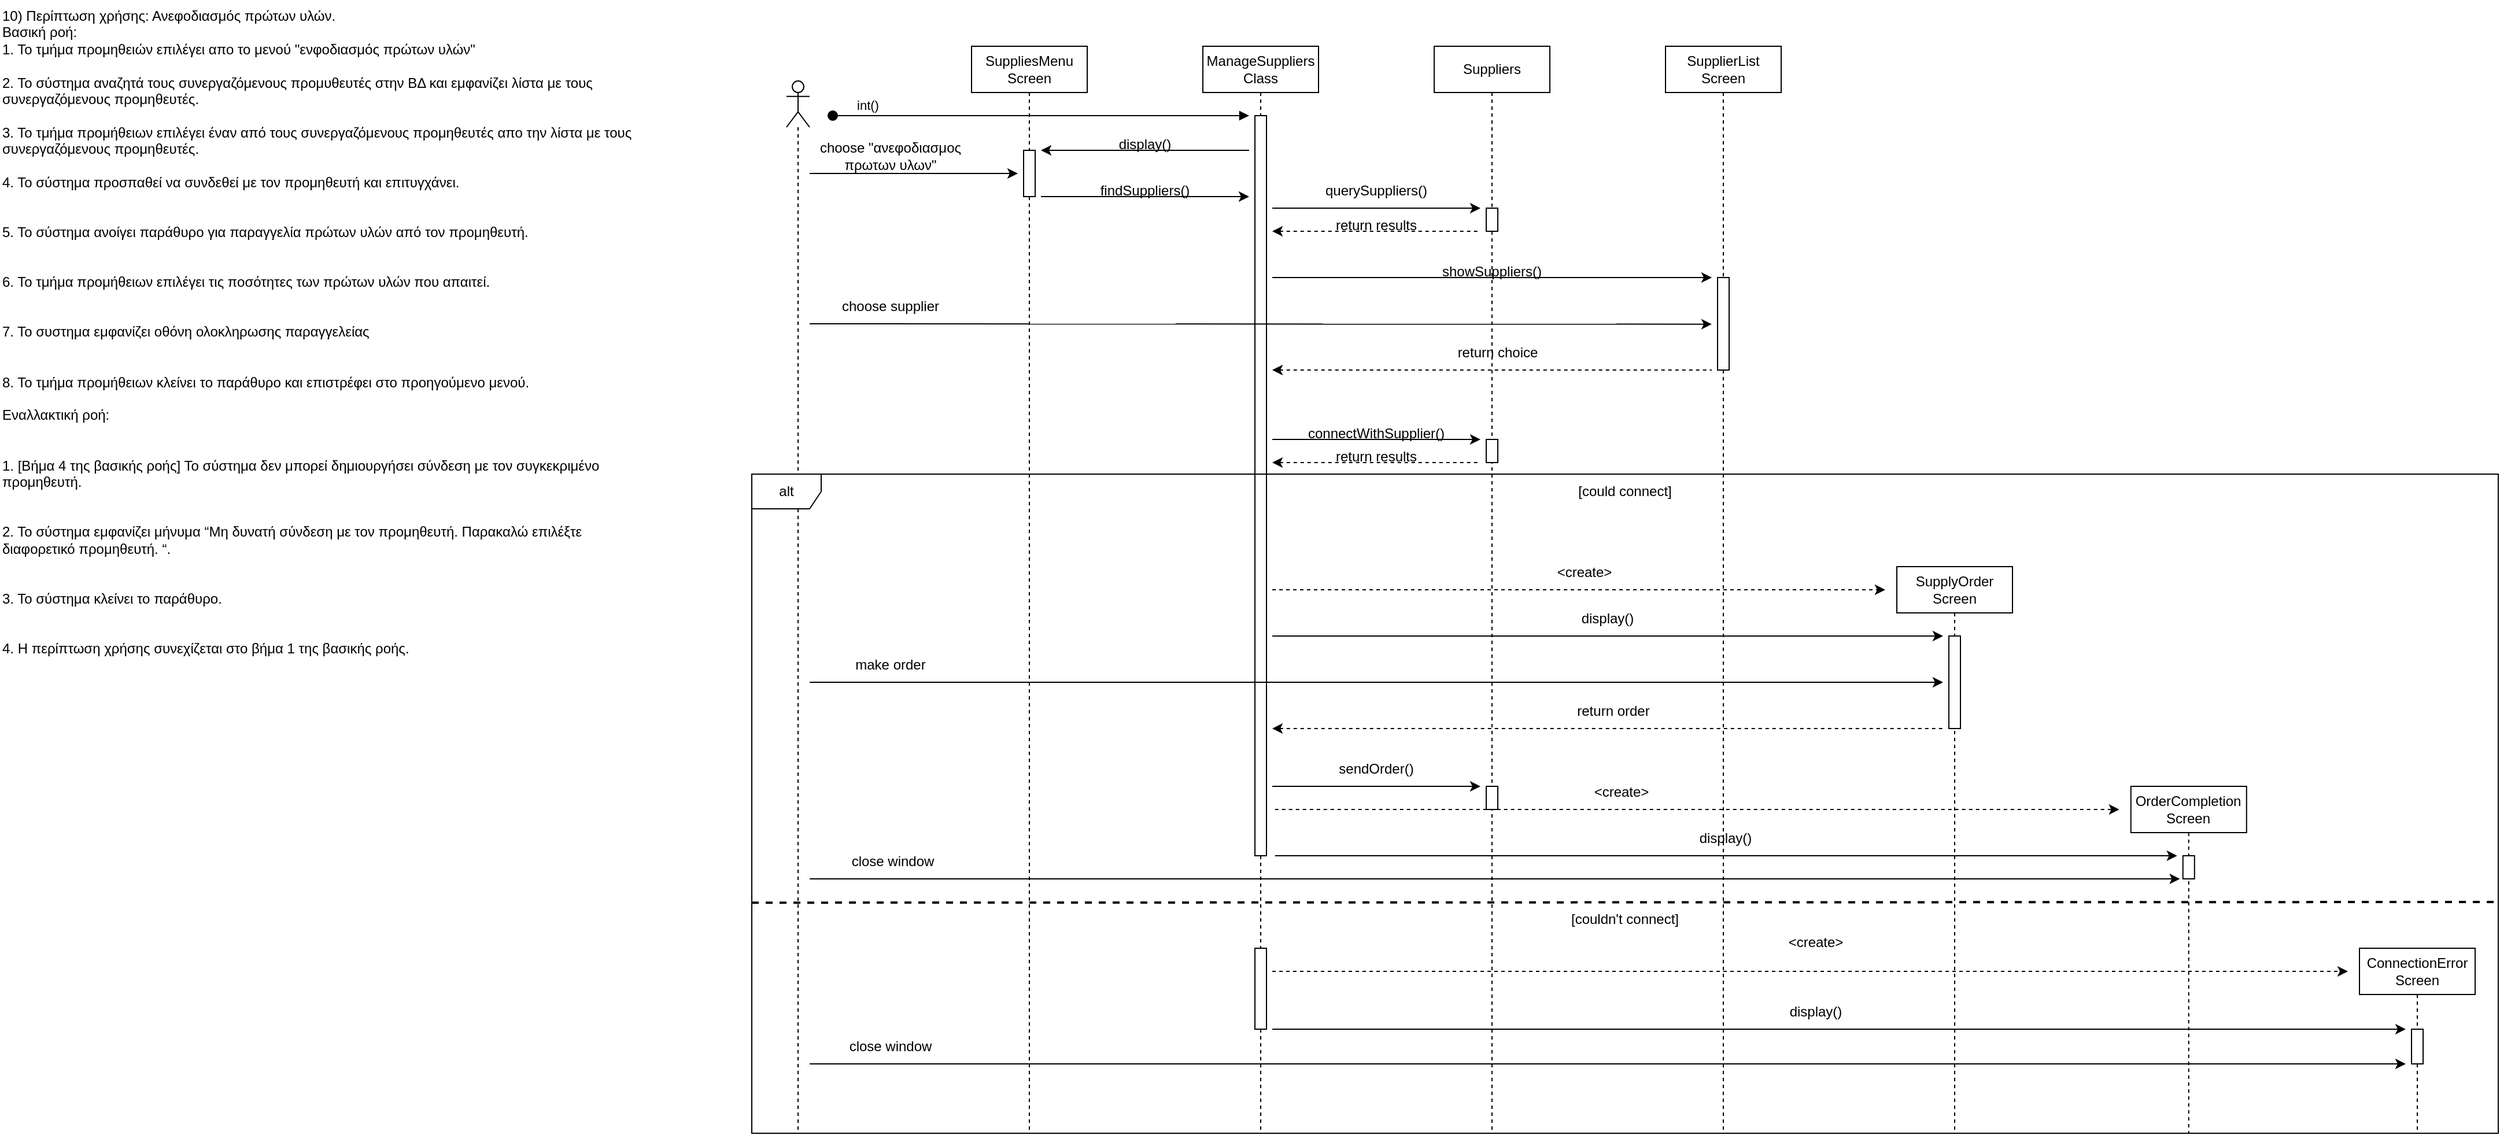
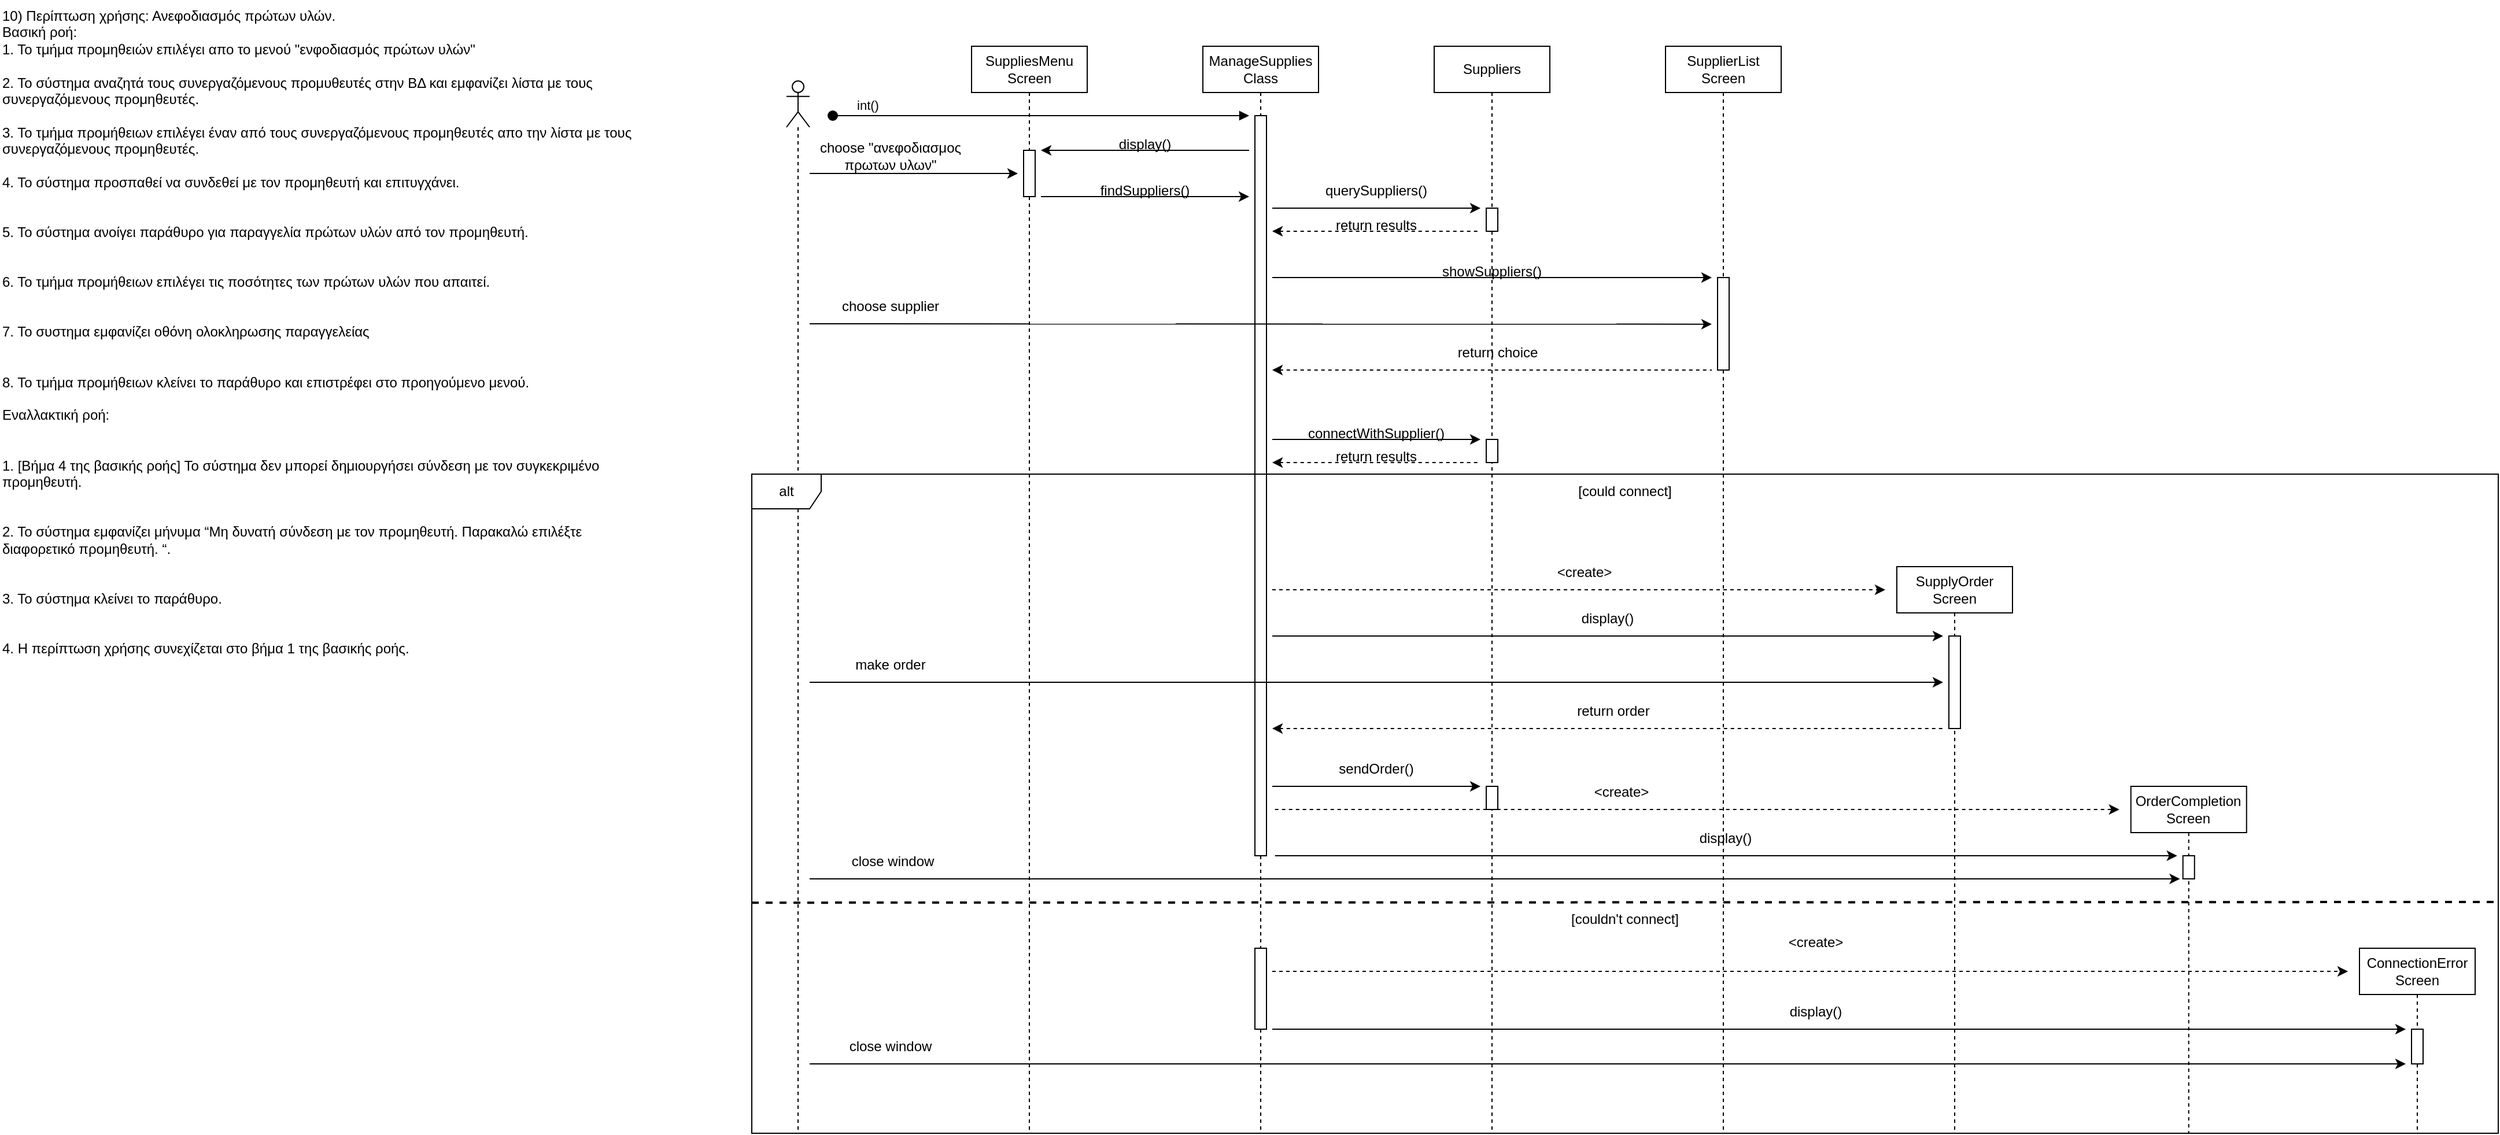
<mxfile host="Electron">
  <diagram name="Page-1" id="ynugujZIawzogecmN2KF">
-     <mxGraphModel dx="1515" dy="191" grid="1" gridSize="10" guides="1" tooltips="1" connect="1" arrows="1" fold="1" page="1" pageScale="1" pageWidth="850" pageHeight="1100" math="0" shadow="0">
+     <mxGraphModel dx="2735" dy="1177" grid="1" gridSize="10" guides="1" tooltips="1" connect="1" arrows="1" fold="1" page="1" pageScale="1" pageWidth="850" pageHeight="1100" math="0" shadow="0">
      <root>
        <mxCell id="0" />
        <mxCell id="1" parent="0" />
        <mxCell id="HVNQHJheMAaKemnErGm2-1" parent="1" style="text;whiteSpace=wrap;fontStyle=0" value="10) Περίπτωση χρήσης: Ανεφοδιασμός πρώτων υλών.&#xa;Βασική ροή:&#xa;1.  Το τμήμα προμηθειών επιλέγει απο το μενού &quot;ενφοδιασμός πρώτων υλών&quot;&#xa;&#xa;2.    Το σύστημα αναζητά τους συνεργαζόμενους προμυθευτές στην ΒΔ και εμφανίζει λίστα με τους συνεργαζόμενους προμηθευτές.&#xa;&#xa;3.    Το τμήμα προμήθειων επιλέγει έναν από τους συνεργαζόμενους προμηθευτές απο την λίστα με τους συνεργαζόμενους προμηθευτές.&#xa;&#xa;4.  Το σύστημα προσπαθεί να συνδεθεί με τον προμηθευτή και επιτυγχάνει.&#xa;&#xa;&#xa;5.    Το σύστημα ανοίγει παράθυρο για παραγγελία πρώτων υλών από τον προμηθευτή.&#xa;&#xa;&#xa;6.    Το τμήμα προμήθειων επιλέγει τις ποσότητες των πρώτων υλών που απαιτεί.&#xa;&#xa;&#xa;7.  Το συστημα εμφανίζει οθόνη ολοκληρωσης παραγγελείας&#xa;&#xa;&#xa;8.    Το τμήμα προμήθειων κλείνει το παράθυρο και επιστρέφει στο προηγούμενο μενού.&#xa;&#xa;Εναλλακτική ροή:&#xa;&#xa;&#xa;1.    [Βήμα 4 της βασικής ροής] Το σύστημα δεν μπορεί δημιουργήσει σύνδεση με τον συγκεκριμένο προμηθευτή.&#xa;&#xa;&#xa;2.    Το σύστημα εμφανίζει μήνυμα “Μη δυνατή σύνδεση με τον προμηθευτή. Παρακαλώ επιλέξτε διαφορετικό προμηθευτή. “.&#xa;&#xa;&#xa;3.    Το σύστημα κλείνει το παράθυρο.&#xa;&#xa;&#xa;4.    Η περίπτωση χρήσης συνεχίζεται στο βήμα 1 της βασικής ροής." vertex="1">
          <mxGeometry height="580" width="560" x="-850" as="geometry" />
        </mxCell>
        <mxCell id="HVNQHJheMAaKemnErGm2-3" parent="1" style="shape=umlLifeline;perimeter=lifelinePerimeter;whiteSpace=wrap;html=1;container=1;dropTarget=0;collapsible=0;recursiveResize=0;outlineConnect=0;portConstraint=eastwest;newEdgeStyle={&quot;curved&quot;:0,&quot;rounded&quot;:0};participant=umlActor;" value="" vertex="1">
          <mxGeometry height="910" width="20" x="-170" y="70" as="geometry" />
        </mxCell>
        <mxCell id="HVNQHJheMAaKemnErGm2-4" parent="1" style="shape=umlLifeline;perimeter=lifelinePerimeter;whiteSpace=wrap;html=1;container=1;dropTarget=0;collapsible=0;recursiveResize=0;outlineConnect=0;portConstraint=eastwest;newEdgeStyle={&quot;curved&quot;:0,&quot;rounded&quot;:0};" value="SuppliesMenu Screen" vertex="1">
          <mxGeometry height="940" width="100" x="-10" y="40" as="geometry" />
        </mxCell>
        <mxCell id="HVNQHJheMAaKemnErGm2-12" parent="HVNQHJheMAaKemnErGm2-4" style="html=1;points=[[0,0,0,0,5],[0,1,0,0,-5],[1,0,0,0,5],[1,1,0,0,-5]];perimeter=orthogonalPerimeter;outlineConnect=0;targetShapes=umlLifeline;portConstraint=eastwest;newEdgeStyle={&quot;curved&quot;:0,&quot;rounded&quot;:0};" value="" vertex="1">
          <mxGeometry height="40" width="10" x="45" y="90" as="geometry" />
        </mxCell>
        <mxCell id="HVNQHJheMAaKemnErGm2-5" parent="1" style="shape=umlLifeline;perimeter=lifelinePerimeter;whiteSpace=wrap;html=1;container=1;dropTarget=0;collapsible=0;recursiveResize=0;outlineConnect=0;portConstraint=eastwest;newEdgeStyle={&quot;curved&quot;:0,&quot;rounded&quot;:0};" value="Suppliers" vertex="1">
          <mxGeometry height="940" width="100" x="390" y="40" as="geometry" />
        </mxCell>
        <mxCell id="HVNQHJheMAaKemnErGm2-21" parent="HVNQHJheMAaKemnErGm2-5" style="html=1;points=[[0,0,0,0,5],[0,1,0,0,-5],[1,0,0,0,5],[1,1,0,0,-5]];perimeter=orthogonalPerimeter;outlineConnect=0;targetShapes=umlLifeline;portConstraint=eastwest;newEdgeStyle={&quot;curved&quot;:0,&quot;rounded&quot;:0};" value="" vertex="1">
          <mxGeometry height="20" width="10" x="45" y="140" as="geometry" />
        </mxCell>
        <mxCell id="HVNQHJheMAaKemnErGm2-33" parent="HVNQHJheMAaKemnErGm2-5" style="html=1;points=[[0,0,0,0,5],[0,1,0,0,-5],[1,0,0,0,5],[1,1,0,0,-5]];perimeter=orthogonalPerimeter;outlineConnect=0;targetShapes=umlLifeline;portConstraint=eastwest;newEdgeStyle={&quot;curved&quot;:0,&quot;rounded&quot;:0};" value="" vertex="1">
          <mxGeometry height="20" width="10" x="45" y="340" as="geometry" />
        </mxCell>
        <mxCell id="HVNQHJheMAaKemnErGm2-68" edge="1" parent="HVNQHJheMAaKemnErGm2-5" style="edgeStyle=none;orthogonalLoop=1;jettySize=auto;html=1;rounded=0;" value="">
          <mxGeometry relative="1" width="100" as="geometry">
            <Array as="points" />
            <mxPoint x="-140" y="640" as="sourcePoint" />
            <mxPoint x="40" y="640" as="targetPoint" />
          </mxGeometry>
        </mxCell>
        <mxCell id="HVNQHJheMAaKemnErGm2-67" parent="HVNQHJheMAaKemnErGm2-5" style="html=1;points=[[0,0,0,0,5],[0,1,0,0,-5],[1,0,0,0,5],[1,1,0,0,-5]];perimeter=orthogonalPerimeter;outlineConnect=0;targetShapes=umlLifeline;portConstraint=eastwest;newEdgeStyle={&quot;curved&quot;:0,&quot;rounded&quot;:0};" value="" vertex="1">
          <mxGeometry height="20" width="10" x="45" y="640" as="geometry" />
        </mxCell>
        <mxCell id="HVNQHJheMAaKemnErGm2-6" parent="1" style="shape=umlLifeline;perimeter=lifelinePerimeter;whiteSpace=wrap;html=1;container=1;dropTarget=0;collapsible=0;recursiveResize=0;outlineConnect=0;portConstraint=eastwest;newEdgeStyle={&quot;curved&quot;:0,&quot;rounded&quot;:0};" value="SupplyOrder Screen" vertex="1">
          <mxGeometry height="490" width="100" x="790" y="490" as="geometry" />
        </mxCell>
        <mxCell id="HVNQHJheMAaKemnErGm2-40" parent="HVNQHJheMAaKemnErGm2-6" style="html=1;points=[[0,0,0,0,5],[0,1,0,0,-5],[1,0,0,0,5],[1,1,0,0,-5]];perimeter=orthogonalPerimeter;outlineConnect=0;targetShapes=umlLifeline;portConstraint=eastwest;newEdgeStyle={&quot;curved&quot;:0,&quot;rounded&quot;:0};" value="" vertex="1">
          <mxGeometry height="80" width="10" x="45" y="60" as="geometry" />
        </mxCell>
        <mxCell id="HVNQHJheMAaKemnErGm2-7" parent="1" style="shape=umlLifeline;perimeter=lifelinePerimeter;whiteSpace=wrap;html=1;container=1;dropTarget=0;collapsible=0;recursiveResize=0;outlineConnect=0;portConstraint=eastwest;newEdgeStyle={&quot;curved&quot;:0,&quot;rounded&quot;:0};" value="SupplierList Screen" vertex="1">
          <mxGeometry height="940" width="100" x="590" y="40" as="geometry" />
        </mxCell>
        <mxCell id="HVNQHJheMAaKemnErGm2-25" parent="HVNQHJheMAaKemnErGm2-7" style="html=1;points=[[0,0,0,0,5],[0,1,0,0,-5],[1,0,0,0,5],[1,1,0,0,-5]];perimeter=orthogonalPerimeter;outlineConnect=0;targetShapes=umlLifeline;portConstraint=eastwest;newEdgeStyle={&quot;curved&quot;:0,&quot;rounded&quot;:0};" value="" vertex="1">
          <mxGeometry height="80" width="10" x="45" y="200" as="geometry" />
        </mxCell>
        <mxCell id="HVNQHJheMAaKemnErGm2-8" parent="1" style="shape=umlLifeline;perimeter=lifelinePerimeter;whiteSpace=wrap;html=1;container=1;dropTarget=0;collapsible=0;recursiveResize=0;outlineConnect=0;portConstraint=eastwest;newEdgeStyle={&quot;curved&quot;:0,&quot;rounded&quot;:0};" value="OrderCompletion Screen" vertex="1">
          <mxGeometry height="300" width="100" x="992.37" y="680" as="geometry" />
        </mxCell>
        <mxCell id="HVNQHJheMAaKemnErGm2-51" parent="HVNQHJheMAaKemnErGm2-8" style="html=1;points=[[0,0,0,0,5],[0,1,0,0,-5],[1,0,0,0,5],[1,1,0,0,-5]];perimeter=orthogonalPerimeter;outlineConnect=0;targetShapes=umlLifeline;portConstraint=eastwest;newEdgeStyle={&quot;curved&quot;:0,&quot;rounded&quot;:0};" value="" vertex="1">
          <mxGeometry height="20" width="10" x="45" y="60" as="geometry" />
        </mxCell>
-         <mxCell id="HVNQHJheMAaKemnErGm2-9" parent="1" style="shape=umlLifeline;perimeter=lifelinePerimeter;whiteSpace=wrap;html=1;container=1;dropTarget=0;collapsible=0;recursiveResize=0;outlineConnect=0;portConstraint=eastwest;newEdgeStyle={&quot;curved&quot;:0,&quot;rounded&quot;:0};" value="ManageSuppliers Class" vertex="1">
+         <mxCell id="HVNQHJheMAaKemnErGm2-9" parent="1" style="shape=umlLifeline;perimeter=lifelinePerimeter;whiteSpace=wrap;html=1;container=1;dropTarget=0;collapsible=0;recursiveResize=0;outlineConnect=0;portConstraint=eastwest;newEdgeStyle={&quot;curved&quot;:0,&quot;rounded&quot;:0};" value="ManageSupplies Class" vertex="1">
          <mxGeometry height="940" width="100" x="190" y="40" as="geometry" />
        </mxCell>
        <mxCell id="HVNQHJheMAaKemnErGm2-10" parent="HVNQHJheMAaKemnErGm2-9" style="html=1;points=[[0,0,0,0,5],[0,1,0,0,-5],[1,0,0,0,5],[1,1,0,0,-5]];perimeter=orthogonalPerimeter;outlineConnect=0;targetShapes=umlLifeline;portConstraint=eastwest;newEdgeStyle={&quot;curved&quot;:0,&quot;rounded&quot;:0};" value="" vertex="1">
          <mxGeometry height="640" width="10" x="45" y="60" as="geometry" />
        </mxCell>
        <mxCell id="HVNQHJheMAaKemnErGm2-11" edge="1" parent="1" style="html=1;verticalAlign=bottom;startArrow=oval;startFill=1;endArrow=block;startSize=8;curved=0;rounded=0;" value="int()">
          <mxGeometry relative="1" width="60" x="-0.8333" as="geometry">
            <mxPoint as="offset" />
            <mxPoint x="-130" y="100" as="sourcePoint" />
            <mxPoint x="230" y="100" as="targetPoint" />
          </mxGeometry>
        </mxCell>
        <mxCell id="HVNQHJheMAaKemnErGm2-13" edge="1" parent="1" style="edgeStyle=none;orthogonalLoop=1;jettySize=auto;html=1;rounded=0;startArrow=classic;startFill=1;endArrow=none;endFill=0;" value="">
          <mxGeometry relative="1" width="100" as="geometry">
            <Array as="points" />
            <mxPoint x="50" y="130" as="sourcePoint" />
            <mxPoint x="230" y="130" as="targetPoint" />
          </mxGeometry>
        </mxCell>
        <mxCell id="HVNQHJheMAaKemnErGm2-14" parent="1" style="text;html=1;whiteSpace=wrap;strokeColor=none;fillColor=none;align=center;verticalAlign=middle;rounded=0;" value="display()" vertex="1">
          <mxGeometry height="30" width="60" x="110" y="110" as="geometry" />
        </mxCell>
        <mxCell id="HVNQHJheMAaKemnErGm2-15" edge="1" parent="1" style="edgeStyle=none;orthogonalLoop=1;jettySize=auto;html=1;rounded=0;" value="">
          <mxGeometry relative="1" width="100" as="geometry">
            <Array as="points" />
            <mxPoint x="-150" y="150" as="sourcePoint" />
            <mxPoint x="30" y="150" as="targetPoint" />
          </mxGeometry>
        </mxCell>
        <mxCell id="HVNQHJheMAaKemnErGm2-16" parent="1" style="text;html=1;whiteSpace=wrap;strokeColor=none;fillColor=none;align=center;verticalAlign=middle;rounded=0;" value="choose &quot;ανεφοδιασμος πρωτων υλων&quot;" vertex="1">
          <mxGeometry height="30" width="130" x="-145" y="120" as="geometry" />
        </mxCell>
        <mxCell id="HVNQHJheMAaKemnErGm2-17" edge="1" parent="1" style="edgeStyle=none;orthogonalLoop=1;jettySize=auto;html=1;rounded=0;" value="">
          <mxGeometry relative="1" width="100" as="geometry">
            <Array as="points" />
            <mxPoint x="50" y="170" as="sourcePoint" />
            <mxPoint x="230" y="170" as="targetPoint" />
          </mxGeometry>
        </mxCell>
        <mxCell id="HVNQHJheMAaKemnErGm2-18" parent="1" style="text;html=1;whiteSpace=wrap;strokeColor=none;fillColor=none;align=center;verticalAlign=middle;rounded=0;" value="findSuppliers()" vertex="1">
          <mxGeometry height="30" width="60" x="110" y="150" as="geometry" />
        </mxCell>
        <mxCell id="HVNQHJheMAaKemnErGm2-19" edge="1" parent="1" style="edgeStyle=none;orthogonalLoop=1;jettySize=auto;html=1;rounded=0;" value="">
          <mxGeometry relative="1" width="100" as="geometry">
            <Array as="points" />
            <mxPoint x="250" y="180" as="sourcePoint" />
            <mxPoint x="430" y="180" as="targetPoint" />
          </mxGeometry>
        </mxCell>
        <mxCell id="HVNQHJheMAaKemnErGm2-20" parent="1" style="text;html=1;whiteSpace=wrap;strokeColor=none;fillColor=none;align=center;verticalAlign=middle;rounded=0;" value="querySuppliers()" vertex="1">
          <mxGeometry height="30" width="60" x="310" y="150" as="geometry" />
        </mxCell>
        <mxCell id="HVNQHJheMAaKemnErGm2-22" edge="1" parent="1" style="edgeStyle=none;orthogonalLoop=1;jettySize=auto;html=1;rounded=0;startArrow=classic;startFill=1;endArrow=none;endFill=0;dashed=1;" value="">
          <mxGeometry relative="1" width="100" as="geometry">
            <Array as="points" />
            <mxPoint x="250" y="200" as="sourcePoint" />
            <mxPoint x="430" y="200" as="targetPoint" />
          </mxGeometry>
        </mxCell>
        <mxCell id="HVNQHJheMAaKemnErGm2-23" parent="1" style="text;html=1;whiteSpace=wrap;strokeColor=none;fillColor=none;align=center;verticalAlign=middle;rounded=0;" value="return results" vertex="1">
          <mxGeometry height="30" width="80" x="300" y="180" as="geometry" />
        </mxCell>
        <mxCell id="HVNQHJheMAaKemnErGm2-24" edge="1" parent="1" style="edgeStyle=none;orthogonalLoop=1;jettySize=auto;html=1;rounded=0;" value="">
          <mxGeometry relative="1" width="100" as="geometry">
            <Array as="points" />
            <mxPoint x="250" y="240" as="sourcePoint" />
            <mxPoint x="630" y="240" as="targetPoint" />
          </mxGeometry>
        </mxCell>
        <mxCell id="HVNQHJheMAaKemnErGm2-27" parent="1" style="text;html=1;whiteSpace=wrap;strokeColor=none;fillColor=none;align=center;verticalAlign=middle;rounded=0;" value="showSuppliers()" vertex="1">
          <mxGeometry height="30" width="60" x="410" y="220" as="geometry" />
        </mxCell>
        <mxCell id="HVNQHJheMAaKemnErGm2-28" edge="1" parent="1" style="edgeStyle=none;orthogonalLoop=1;jettySize=auto;html=1;rounded=0;" value="">
          <mxGeometry relative="1" width="100" as="geometry">
            <Array as="points" />
            <mxPoint x="-150" y="280" as="sourcePoint" />
            <mxPoint x="630" y="280.34" as="targetPoint" />
          </mxGeometry>
        </mxCell>
        <mxCell id="HVNQHJheMAaKemnErGm2-29" parent="1" style="text;html=1;whiteSpace=wrap;strokeColor=none;fillColor=none;align=center;verticalAlign=middle;rounded=0;" value="choose supplier" vertex="1">
          <mxGeometry height="30" width="100" x="-130" y="250" as="geometry" />
        </mxCell>
        <mxCell id="HVNQHJheMAaKemnErGm2-30" edge="1" parent="1" style="edgeStyle=none;orthogonalLoop=1;jettySize=auto;html=1;rounded=0;startArrow=classic;startFill=1;endArrow=none;endFill=0;dashed=1;" value="">
          <mxGeometry relative="1" width="100" as="geometry">
            <Array as="points" />
            <mxPoint x="250" y="320" as="sourcePoint" />
            <mxPoint x="630" y="320" as="targetPoint" />
          </mxGeometry>
        </mxCell>
        <mxCell id="HVNQHJheMAaKemnErGm2-31" parent="1" style="text;html=1;whiteSpace=wrap;strokeColor=none;fillColor=none;align=center;verticalAlign=middle;rounded=0;" value="return choice" vertex="1">
          <mxGeometry height="30" width="90" x="400" y="290" as="geometry" />
        </mxCell>
        <mxCell id="HVNQHJheMAaKemnErGm2-32" edge="1" parent="1" style="edgeStyle=none;orthogonalLoop=1;jettySize=auto;html=1;rounded=0;startArrow=none;startFill=0;endArrow=classic;endFill=1;" value="">
          <mxGeometry relative="1" width="100" as="geometry">
            <Array as="points" />
            <mxPoint x="250" y="380" as="sourcePoint" />
            <mxPoint x="430" y="380" as="targetPoint" />
          </mxGeometry>
        </mxCell>
        <mxCell id="HVNQHJheMAaKemnErGm2-34" parent="1" style="text;html=1;whiteSpace=wrap;strokeColor=none;fillColor=none;align=center;verticalAlign=middle;rounded=0;" value="connectWithSupplier()" vertex="1">
          <mxGeometry height="30" width="60" x="310" y="360" as="geometry" />
        </mxCell>
        <mxCell id="HVNQHJheMAaKemnErGm2-35" edge="1" parent="1" style="edgeStyle=none;orthogonalLoop=1;jettySize=auto;html=1;rounded=0;startArrow=classic;startFill=1;endArrow=none;endFill=0;dashed=1;" value="">
          <mxGeometry relative="1" width="100" as="geometry">
            <Array as="points" />
            <mxPoint x="250" y="400" as="sourcePoint" />
            <mxPoint x="430" y="400" as="targetPoint" />
          </mxGeometry>
        </mxCell>
        <mxCell id="HVNQHJheMAaKemnErGm2-36" parent="1" style="text;html=1;whiteSpace=wrap;strokeColor=none;fillColor=none;align=center;verticalAlign=middle;rounded=0;" value="return results" vertex="1">
          <mxGeometry height="30" width="80" x="300" y="380" as="geometry" />
        </mxCell>
        <mxCell id="HVNQHJheMAaKemnErGm2-37" edge="1" parent="1" style="edgeStyle=none;orthogonalLoop=1;jettySize=auto;html=1;rounded=0;dashed=1;" value="">
          <mxGeometry relative="1" width="100" as="geometry">
            <Array as="points" />
            <mxPoint x="250" y="510" as="sourcePoint" />
            <mxPoint x="780" y="510" as="targetPoint" />
          </mxGeometry>
        </mxCell>
        <mxCell id="HVNQHJheMAaKemnErGm2-38" parent="1" style="text;html=1;whiteSpace=wrap;strokeColor=none;fillColor=none;align=center;verticalAlign=middle;rounded=0;" value="&amp;lt;create&amp;gt;" vertex="1">
          <mxGeometry height="30" width="60" x="490" y="480" as="geometry" />
        </mxCell>
        <mxCell id="HVNQHJheMAaKemnErGm2-39" edge="1" parent="1" style="edgeStyle=none;orthogonalLoop=1;jettySize=auto;html=1;rounded=0;" value="">
          <mxGeometry relative="1" width="100" as="geometry">
            <Array as="points" />
            <mxPoint x="250" y="550" as="sourcePoint" />
            <mxPoint x="830" y="550" as="targetPoint" />
          </mxGeometry>
        </mxCell>
        <mxCell id="HVNQHJheMAaKemnErGm2-41" parent="1" style="text;html=1;whiteSpace=wrap;strokeColor=none;fillColor=none;align=center;verticalAlign=middle;rounded=0;" value="display()" vertex="1">
          <mxGeometry height="30" width="60" x="510" y="520" as="geometry" />
        </mxCell>
        <mxCell id="HVNQHJheMAaKemnErGm2-42" edge="1" parent="1" style="edgeStyle=none;orthogonalLoop=1;jettySize=auto;html=1;rounded=0;" value="">
          <mxGeometry relative="1" width="100" as="geometry">
            <Array as="points" />
            <mxPoint x="-150" y="590" as="sourcePoint" />
            <mxPoint x="830" y="590" as="targetPoint" />
          </mxGeometry>
        </mxCell>
        <mxCell id="HVNQHJheMAaKemnErGm2-43" parent="1" style="text;html=1;whiteSpace=wrap;strokeColor=none;fillColor=none;align=center;verticalAlign=middle;rounded=0;" value="make order" vertex="1">
          <mxGeometry height="30" width="70" x="-115" y="560" as="geometry" />
        </mxCell>
        <mxCell id="HVNQHJheMAaKemnErGm2-44" edge="1" parent="1" style="edgeStyle=none;orthogonalLoop=1;jettySize=auto;html=1;rounded=0;startArrow=classic;startFill=1;endArrow=none;endFill=0;dashed=1;" value="">
          <mxGeometry relative="1" width="100" as="geometry">
            <Array as="points" />
            <mxPoint x="250" y="630" as="sourcePoint" />
            <mxPoint x="830" y="630" as="targetPoint" />
          </mxGeometry>
        </mxCell>
        <mxCell id="HVNQHJheMAaKemnErGm2-45" parent="1" style="text;html=1;whiteSpace=wrap;strokeColor=none;fillColor=none;align=center;verticalAlign=middle;rounded=0;" value="return order" vertex="1">
          <mxGeometry height="30" width="70" x="510" y="600" as="geometry" />
        </mxCell>
        <mxCell id="HVNQHJheMAaKemnErGm2-46" edge="1" parent="1" style="edgeStyle=none;orthogonalLoop=1;jettySize=auto;html=1;rounded=0;dashed=1;" value="">
          <mxGeometry relative="1" width="100" as="geometry">
            <Array as="points" />
            <mxPoint x="252.37" y="700" as="sourcePoint" />
            <mxPoint x="982.37" y="700" as="targetPoint" />
          </mxGeometry>
        </mxCell>
        <mxCell id="HVNQHJheMAaKemnErGm2-47" parent="1" style="text;html=1;whiteSpace=wrap;strokeColor=none;fillColor=none;align=center;verticalAlign=middle;rounded=0;" value="&amp;lt;create&amp;gt;" vertex="1">
          <mxGeometry height="30" width="60" x="522.37" y="670" as="geometry" />
        </mxCell>
        <mxCell id="HVNQHJheMAaKemnErGm2-49" edge="1" parent="1" style="edgeStyle=none;orthogonalLoop=1;jettySize=auto;html=1;rounded=0;" value="">
          <mxGeometry relative="1" width="100" as="geometry">
            <Array as="points" />
            <mxPoint x="252.37" y="740" as="sourcePoint" />
            <mxPoint x="1032.37" y="740" as="targetPoint" />
          </mxGeometry>
        </mxCell>
        <mxCell id="HVNQHJheMAaKemnErGm2-50" parent="1" style="text;html=1;whiteSpace=wrap;strokeColor=none;fillColor=none;align=center;verticalAlign=middle;rounded=0;" value="display()" vertex="1">
          <mxGeometry height="30" width="60" x="612.37" y="710" as="geometry" />
        </mxCell>
        <mxCell id="HVNQHJheMAaKemnErGm2-52" edge="1" parent="1" style="edgeStyle=none;orthogonalLoop=1;jettySize=auto;html=1;rounded=0;" value="">
          <mxGeometry relative="1" width="100" as="geometry">
            <Array as="points" />
            <mxPoint x="-150" y="760" as="sourcePoint" />
            <mxPoint x="1034.75" y="760" as="targetPoint" />
          </mxGeometry>
        </mxCell>
        <mxCell id="HVNQHJheMAaKemnErGm2-53" parent="1" style="text;html=1;whiteSpace=wrap;strokeColor=none;fillColor=none;align=center;verticalAlign=middle;rounded=0;" value="close window" vertex="1">
          <mxGeometry height="30" width="80" x="-117.63" y="730" as="geometry" />
        </mxCell>
        <mxCell id="HVNQHJheMAaKemnErGm2-54" edge="1" parent="1" style="edgeStyle=none;orthogonalLoop=1;jettySize=auto;html=1;rounded=0;endArrow=none;endFill=0;dashed=1;strokeWidth=2;entryX=0.998;entryY=0.613;entryDx=0;entryDy=0;entryPerimeter=0;" value="">
          <mxGeometry relative="1" width="100" as="geometry">
            <Array as="points" />
            <mxPoint x="-200" y="780.59" as="sourcePoint" />
            <mxPoint x="1306.9799999999996" y="779.9999999999999" as="targetPoint" />
          </mxGeometry>
        </mxCell>
        <mxCell id="HVNQHJheMAaKemnErGm2-55" parent="1" style="shape=umlFrame;whiteSpace=wrap;html=1;pointerEvents=0;" value="alt" vertex="1">
          <mxGeometry height="570" width="1510" x="-200" y="410" as="geometry" />
        </mxCell>
        <mxCell id="HVNQHJheMAaKemnErGm2-56" parent="1" style="text;html=1;whiteSpace=wrap;strokeColor=none;fillColor=none;align=center;verticalAlign=middle;rounded=0;" value="[could connect]" vertex="1">
          <mxGeometry height="30" width="100" x="505" y="410" as="geometry" />
        </mxCell>
        <mxCell id="HVNQHJheMAaKemnErGm2-57" parent="1" style="text;html=1;whiteSpace=wrap;strokeColor=none;fillColor=none;align=center;verticalAlign=middle;rounded=0;" value="[couldn&#39;t connect]" vertex="1">
          <mxGeometry height="30" width="110" x="500" y="780" as="geometry" />
        </mxCell>
        <mxCell id="HVNQHJheMAaKemnErGm2-58" parent="1" style="html=1;points=[[0,0,0,0,5],[0,1,0,0,-5],[1,0,0,0,5],[1,1,0,0,-5]];perimeter=orthogonalPerimeter;outlineConnect=0;targetShapes=umlLifeline;portConstraint=eastwest;newEdgeStyle={&quot;curved&quot;:0,&quot;rounded&quot;:0};" value="" vertex="1">
          <mxGeometry height="70" width="10" x="235" y="820" as="geometry" />
        </mxCell>
        <mxCell id="HVNQHJheMAaKemnErGm2-59" parent="1" style="shape=umlLifeline;whiteSpace=wrap;html=1;container=1;dropTarget=0;collapsible=0;recursiveResize=0;outlineConnect=0;portConstraint=eastwest;newEdgeStyle={&quot;curved&quot;:0,&quot;rounded&quot;:0};points=[[0,0,0,0,5],[0,1,0,0,-5],[1,0,0,0,5],[1,1,0,0,-5]];perimeter=rectanglePerimeter;targetShapes=umlLifeline;participant=label;" value="ConnectionError Screen" vertex="1">
          <mxGeometry height="160" width="100" x="1190" y="820" as="geometry" />
        </mxCell>
        <mxCell id="HVNQHJheMAaKemnErGm2-63" parent="HVNQHJheMAaKemnErGm2-59" style="html=1;points=[[0,0,0,0,5],[0,1,0,0,-5],[1,0,0,0,5],[1,1,0,0,-5]];perimeter=orthogonalPerimeter;outlineConnect=0;targetShapes=umlLifeline;portConstraint=eastwest;newEdgeStyle={&quot;curved&quot;:0,&quot;rounded&quot;:0};" value="" vertex="1">
          <mxGeometry height="30" width="10" x="45" y="70" as="geometry" />
        </mxCell>
        <mxCell id="HVNQHJheMAaKemnErGm2-60" edge="1" parent="1" style="edgeStyle=none;orthogonalLoop=1;jettySize=auto;html=1;rounded=0;dashed=1;" value="">
          <mxGeometry relative="1" width="100" as="geometry">
            <Array as="points" />
            <mxPoint x="250" y="840" as="sourcePoint" />
            <mxPoint x="1180" y="840" as="targetPoint" />
          </mxGeometry>
        </mxCell>
        <mxCell id="HVNQHJheMAaKemnErGm2-61" parent="1" style="text;html=1;whiteSpace=wrap;strokeColor=none;fillColor=none;align=center;verticalAlign=middle;rounded=0;" value="&amp;lt;create&amp;gt;" vertex="1">
          <mxGeometry height="30" width="60" x="690" y="800" as="geometry" />
        </mxCell>
        <mxCell id="HVNQHJheMAaKemnErGm2-62" edge="1" parent="1" style="edgeStyle=none;orthogonalLoop=1;jettySize=auto;html=1;rounded=0;" value="">
          <mxGeometry relative="1" width="100" as="geometry">
            <Array as="points" />
            <mxPoint x="250" y="890" as="sourcePoint" />
            <mxPoint x="1230" y="890" as="targetPoint" />
          </mxGeometry>
        </mxCell>
        <mxCell id="HVNQHJheMAaKemnErGm2-64" edge="1" parent="1" style="edgeStyle=none;orthogonalLoop=1;jettySize=auto;html=1;rounded=0;" value="">
          <mxGeometry relative="1" width="100" as="geometry">
            <Array as="points" />
            <mxPoint x="-150" y="920" as="sourcePoint" />
            <mxPoint x="1230" y="920" as="targetPoint" />
          </mxGeometry>
        </mxCell>
        <mxCell id="HVNQHJheMAaKemnErGm2-65" parent="1" style="text;html=1;whiteSpace=wrap;strokeColor=none;fillColor=none;align=center;verticalAlign=middle;rounded=0;" value="close window" vertex="1">
          <mxGeometry height="30" width="80" x="-120" y="890" as="geometry" />
        </mxCell>
        <mxCell id="HVNQHJheMAaKemnErGm2-69" parent="1" style="text;html=1;whiteSpace=wrap;strokeColor=none;fillColor=none;align=center;verticalAlign=middle;rounded=0;" value="sendOrder()" vertex="1">
          <mxGeometry height="30" width="60" x="310" y="650" as="geometry" />
        </mxCell>
        <mxCell id="6giTq4wWmCBdn4ufJC1B-1" parent="1" style="text;html=1;whiteSpace=wrap;strokeColor=none;fillColor=none;align=center;verticalAlign=middle;rounded=0;" value="display()" vertex="1">
          <mxGeometry height="30" width="60" x="690" y="860" as="geometry" />
        </mxCell>
      </root>
    </mxGraphModel>
  </diagram>
</mxfile>
